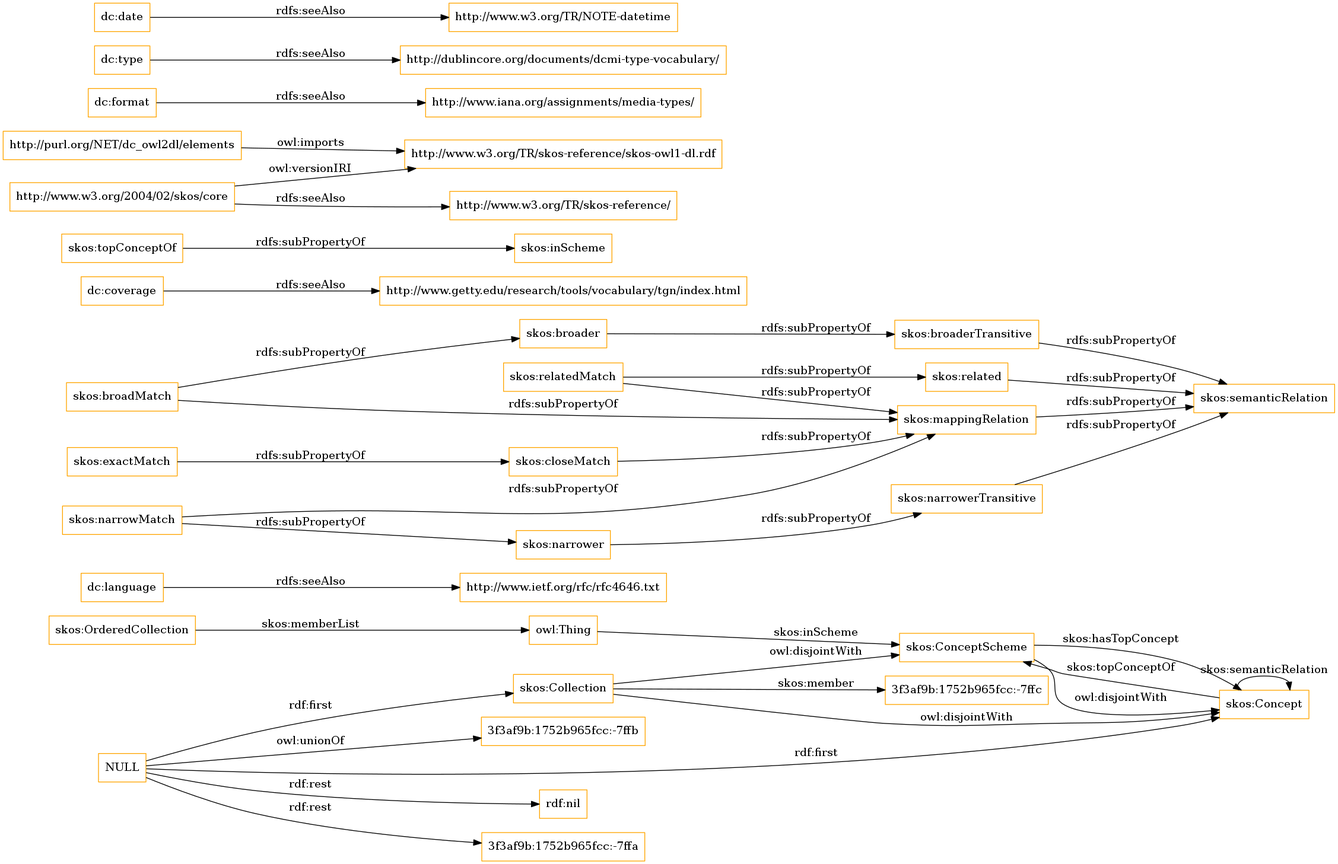
OnToologyUser/core-ontology-1 keeps this Graphviz diagram as OnToology/imports/elements.owl/diagrams/ar2dtool-class/elements.owl.png. Above is the earlier version. Its source is kept beside it as OnToology/imports/elements.owl/diagrams/ar2dtool-class/elements.owl.png.dot.
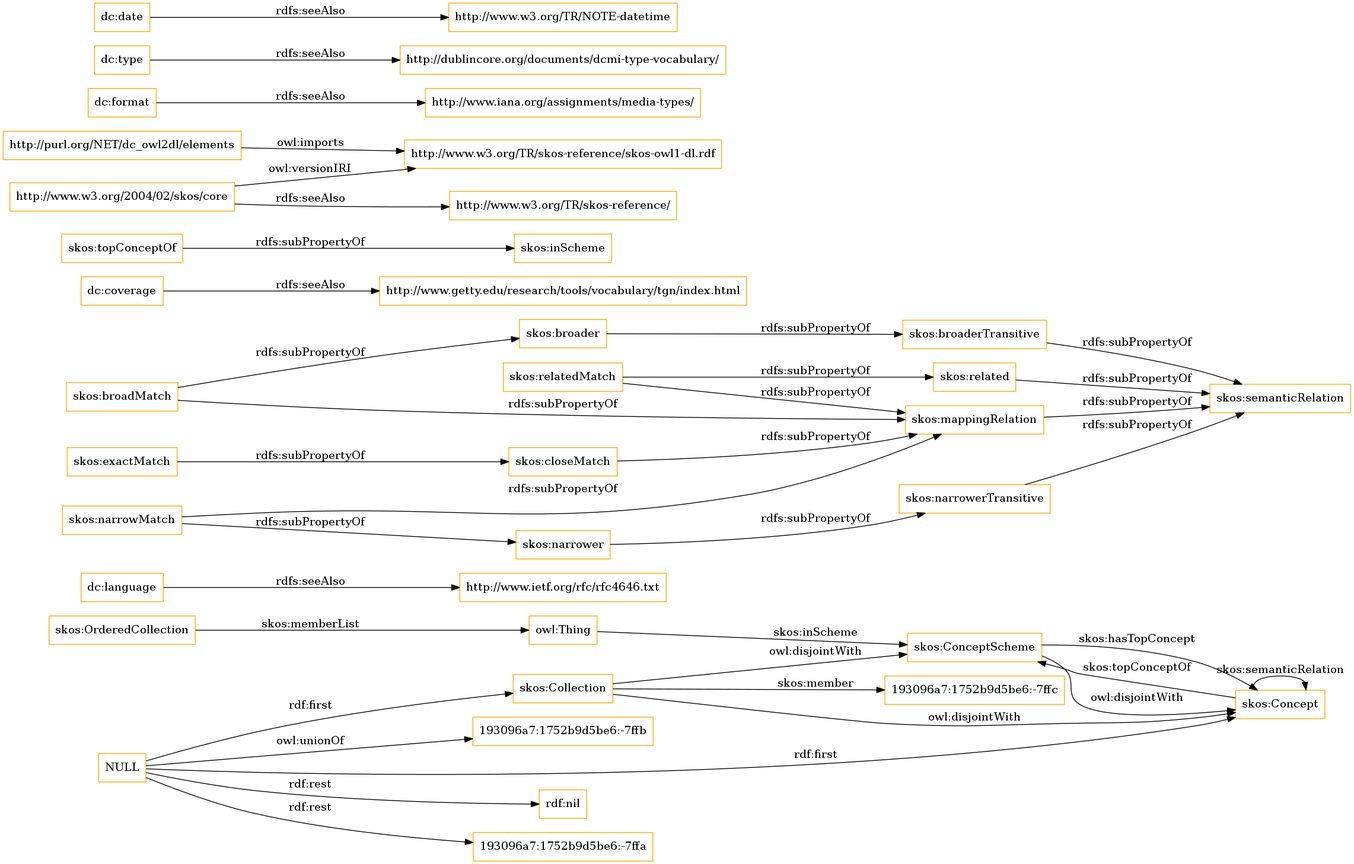
After the change.

The edit, as a diff of the source:
```diff
@@ -1,13 +1,13 @@
 digraph ar2dtool_diagram {
 rankdir=LR;
 size="1501"
-node [shape = rectangle, color="orange"]; "3f3af9b:1752b965fcc:-7ffc" "skos:OrderedCollection" "skos:Collection" "skos:ConceptScheme" "skos:Concept" ; /*classes style*/
+node [shape = rectangle, color="orange"]; "193096a7:1752b9d5be6:-7ffc" "skos:OrderedCollection" "skos:Collection" "skos:ConceptScheme" "skos:Concept" ; /*classes style*/
 	"dc:language" -> "http://www.ietf.org/rfc/rfc4646.txt" [ label = "rdfs:seeAlso" ];
 	"NULL" -> "rdf:nil" [ label = "rdf:rest" ];
 	"NULL" -> "skos:Collection" [ label = "rdf:first" ];
-	"NULL" -> "3f3af9b:1752b965fcc:-7ffa" [ label = "rdf:rest" ];
+	"NULL" -> "193096a7:1752b9d5be6:-7ffa" [ label = "rdf:rest" ];
 	"NULL" -> "skos:Concept" [ label = "rdf:first" ];
-	"NULL" -> "3f3af9b:1752b965fcc:-7ffb" [ label = "owl:unionOf" ];
+	"NULL" -> "193096a7:1752b9d5be6:-7ffb" [ label = "owl:unionOf" ];
 	"skos:closeMatch" -> "skos:mappingRelation" [ label = "rdfs:subPropertyOf" ];
 	"dc:coverage" -> "http://www.getty.edu/research/tools/vocabulary/tgn/index.html" [ label = "rdfs:seeAlso" ];
 	"skos:relatedMatch" -> "skos:related" [ label = "rdfs:subPropertyOf" ];
@@ -36,7 +36,7 @@
 	"skos:OrderedCollection" -> "owl:Thing" [ label = "skos:memberList" ];
 	"skos:Concept" -> "skos:ConceptScheme" [ label = "skos:topConceptOf" ];
 	"skos:Concept" -> "skos:Concept" [ label = "skos:semanticRelation" ];
-	"skos:Collection" -> "3f3af9b:1752b965fcc:-7ffc" [ label = "skos:member" ];
+	"skos:Collection" -> "193096a7:1752b9d5be6:-7ffc" [ label = "skos:member" ];
 	"skos:ConceptScheme" -> "skos:Concept" [ label = "skos:hasTopConcept" ];
 	"owl:Thing" -> "skos:ConceptScheme" [ label = "skos:inScheme" ];
 
```
